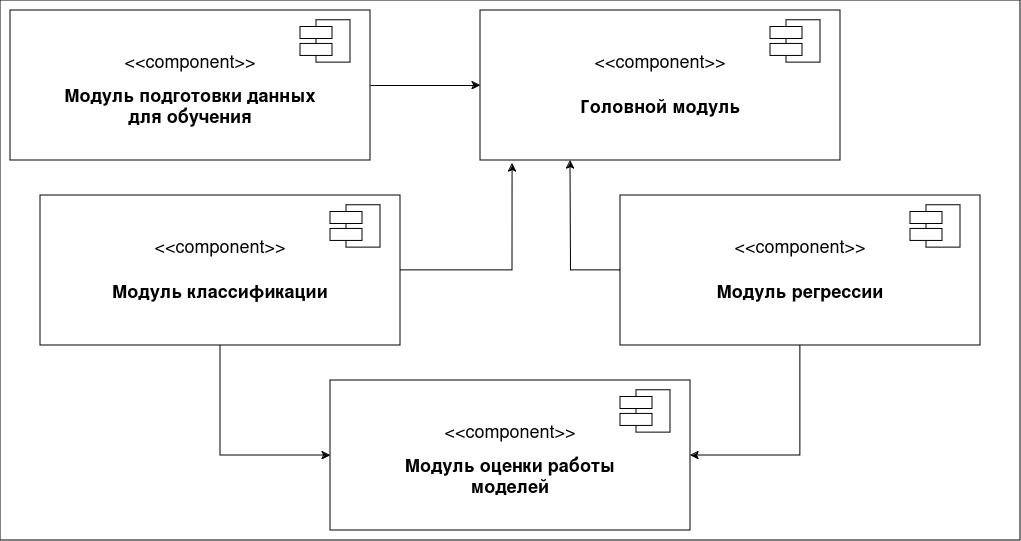
Goldria/popularity-forecast-github keeps this draw.io diagram as coursework-text/pic/architecture.png. Above is the earlier version. Source tidied: cells renumbered, new cells last; positions are measured from the earlier drawing's top-left corner, leaving out a move shared by most shapes.
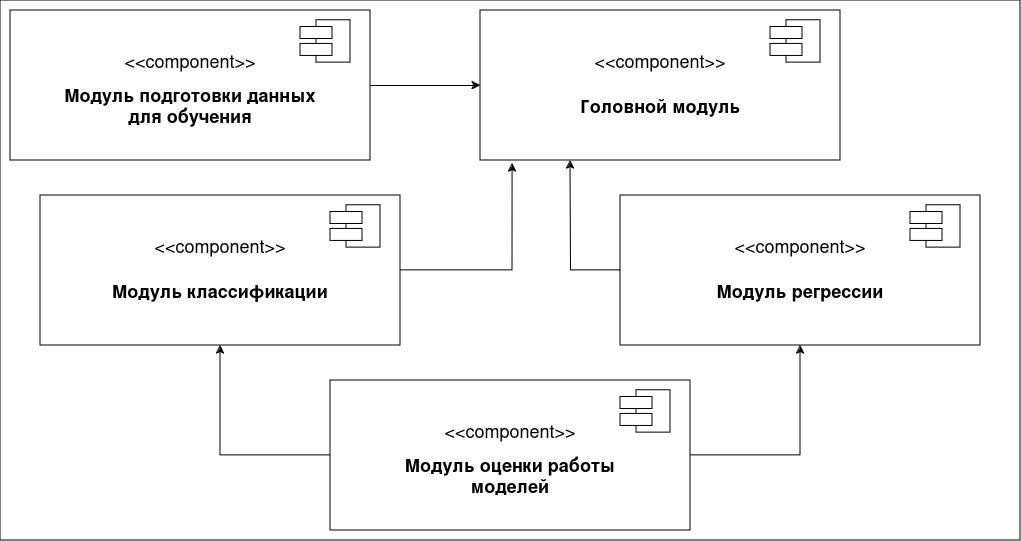
The same file after the commit.

Diff of the diagram source:
```diff
@@ -91,10 +91,10 @@
     <mxCell id="30" style="edgeStyle=orthogonalEdgeStyle;rounded=0;jettySize=auto;html=1;exitX=1;exitY=0.5;exitDx=0;exitDy=0;entryX=0.089;entryY=1.02;entryDx=0;entryDy=0;entryPerimeter=0;" parent="1" edge="1" source="25" target="20">
       <mxGeometry relative="1" as="geometry" />
     </mxCell>
-    <mxCell id="31" style="edgeStyle=orthogonalEdgeStyle;rounded=0;jettySize=auto;html=1;entryX=0;entryY=0.5;entryDx=0;entryDy=0;" parent="1" edge="1" source="25" target="4">
+    <mxCell id="31" style="edgeStyle=orthogonalEdgeStyle;rounded=0;jettySize=auto;html=1;entryX=0;entryY=0.5;entryDx=0;entryDy=0;startArrow=classic;startFill=1;endArrow=none;endFill=0;" parent="1" edge="1" source="25" target="4">
       <mxGeometry relative="1" as="geometry" />
     </mxCell>
-    <mxCell id="32" style="edgeStyle=orthogonalEdgeStyle;rounded=0;jettySize=auto;html=1;exitX=0.5;exitY=1;exitDx=0;exitDy=0;entryX=1;entryY=0.5;entryDx=0;entryDy=0;" parent="1" edge="1" source="10" target="4">
+    <mxCell id="32" style="edgeStyle=orthogonalEdgeStyle;rounded=0;jettySize=auto;html=1;exitX=0.5;exitY=1;exitDx=0;exitDy=0;entryX=1;entryY=0.5;entryDx=0;entryDy=0;startArrow=classic;startFill=1;endArrow=none;endFill=0;" parent="1" edge="1" source="10" target="4">
       <mxGeometry relative="1" as="geometry" />
     </mxCell>
   </root>
```
